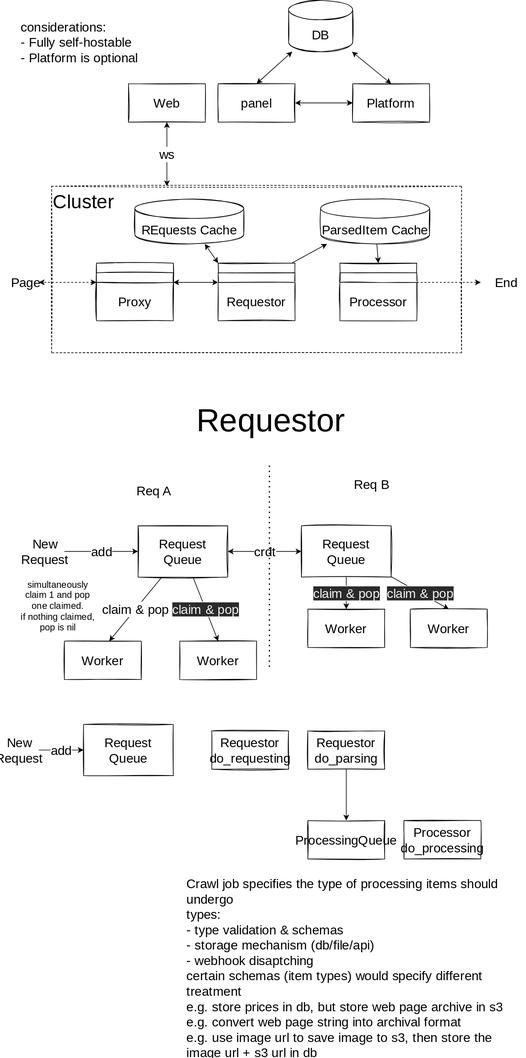
Above: docs/architecture.drawio.svg in elixir-crawly/crawly (draw.io), before the change. Source tidied: cells renumbered, new cells last; positions are measured from the earlier drawing's top-left corner, leaving out a move shared by most shapes.
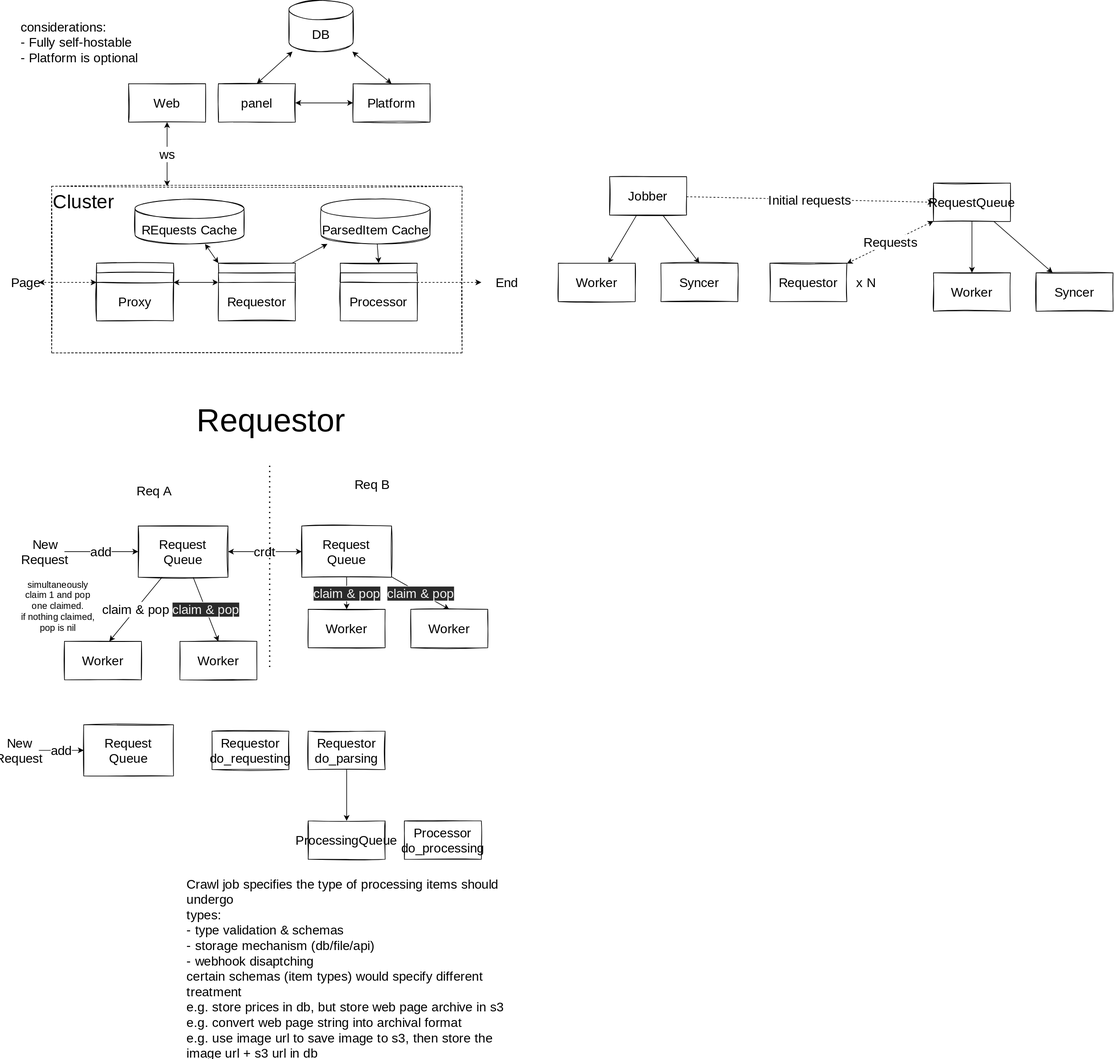
After the change.

Change to the diagram source:
```diff
@@ -181,5 +181,47 @@
     <mxCell id="57" value="&lt;div style=&quot;text-align: left&quot;&gt;&lt;span style=&quot;font-size: 20px&quot;&gt;Crawl job specifies the type of processing items should undergo&lt;/span&gt;&lt;/div&gt;&lt;span style=&quot;font-size: 20px&quot;&gt;&lt;div style=&quot;text-align: left&quot;&gt;&lt;span&gt;types:&lt;/span&gt;&lt;/div&gt;&lt;div style=&quot;text-align: left&quot;&gt;&lt;span&gt;- type validation &amp;amp; schemas&lt;/span&gt;&lt;/div&gt;&lt;div style=&quot;text-align: left&quot;&gt;&lt;span&gt;- storage mechanism (db/file/api)&lt;/span&gt;&lt;/div&gt;&lt;div style=&quot;text-align: left&quot;&gt;&lt;span&gt;- webhook disaptching&lt;/span&gt;&lt;/div&gt;&lt;div style=&quot;text-align: left&quot;&gt;&lt;span&gt;certain schemas (item types) would specify different treatment&lt;/span&gt;&lt;/div&gt;&lt;div style=&quot;text-align: left&quot;&gt;&lt;span&gt;e.g. store prices in db, but store web page archive in s3&lt;/span&gt;&lt;/div&gt;&lt;div style=&quot;text-align: left&quot;&gt;&lt;span&gt;e.g. convert web page string into archival format&lt;/span&gt;&lt;/div&gt;&lt;div style=&quot;text-align: left&quot;&gt;&lt;span&gt;e.g. use image url to save image to s3, then store the image url + s3 url in db&lt;/span&gt;&lt;/div&gt;&lt;/span&gt;" style="text;html=1;strokeColor=none;fillColor=none;align=center;verticalAlign=middle;whiteSpace=wrap;rounded=0;sketch=1;fontFamily=Nanum Pen Script;fontSource=https%3A%2F%2Ffonts.googleapis.com%2Fcss%3Ffamily%3DNanum%2BPen%2BScript;fontSize=14;fontColor=default;" parent="1" vertex="1">
       <mxGeometry x="290" y="1370" width="530" height="280" as="geometry" />
     </mxCell>
+    <mxCell id="58" value="Requestor" style="rounded=0;whiteSpace=wrap;html=1;sketch=1;fontFamily=Nanum Pen Script;fontSource=https%3A%2F%2Ffonts.googleapis.com%2Fcss%3Ffamily%3DNanum%2BPen%2BScript;fontSize=20;" parent="1" vertex="1">
+      <mxGeometry x="1200" y="410" width="120" height="60" as="geometry" />
+    </mxCell>
+    <mxCell id="59" value="Initial requests" style="edgeStyle=none;html=1;entryX=0;entryY=0.5;entryDx=0;entryDy=0;dashed=1;fontSize=20;fontFamily=Nanum Pen Script;fontSource=https%3A%2F%2Ffonts.googleapis.com%2Fcss%3Ffamily%3DNanum%2BPen%2BScript;" parent="1" edge="1" source="62" target="66">
+      <mxGeometry relative="1" as="geometry" />
+    </mxCell>
+    <mxCell id="60" style="edgeStyle=none;html=1;startArrow=none;startFill=0;" parent="1" edge="1" source="62" target="69">
+      <mxGeometry relative="1" as="geometry" />
+    </mxCell>
+    <mxCell id="61" style="edgeStyle=none;html=1;entryX=0.5;entryY=0;entryDx=0;entryDy=0;startArrow=none;startFill=0;" parent="1" edge="1" source="62" target="70">
+      <mxGeometry relative="1" as="geometry" />
+    </mxCell>
+    <mxCell id="62" value="Jobber" style="rounded=0;whiteSpace=wrap;html=1;sketch=1;fontFamily=Nanum Pen Script;fontSource=https%3A%2F%2Ffonts.googleapis.com%2Fcss%3Ffamily%3DNanum%2BPen%2BScript;fontSize=20;" parent="1" vertex="1">
+      <mxGeometry x="950" y="275" width="120" height="60" as="geometry" />
+    </mxCell>
+    <mxCell id="63" value="Requests" style="edgeStyle=none;html=1;dashed=1;startArrow=classic;startFill=1;fontFamily=Nanum Pen Script;fontSource=https%3A%2F%2Ffonts.googleapis.com%2Fcss%3Ffamily%3DNanum%2BPen%2BScript;fontSize=20;" parent="1" edge="1" source="66" target="58">
+      <mxGeometry relative="1" as="geometry" />
+    </mxCell>
+    <mxCell id="64" style="edgeStyle=none;html=1;" parent="1" edge="1" source="66" target="67">
+      <mxGeometry relative="1" as="geometry" />
+    </mxCell>
+    <mxCell id="65" style="edgeStyle=none;html=1;" parent="1" edge="1" source="66" target="68">
+      <mxGeometry relative="1" as="geometry" />
+    </mxCell>
+    <mxCell id="66" value="RequestQueue" style="rounded=0;whiteSpace=wrap;html=1;sketch=1;fontFamily=Nanum Pen Script;fontSource=https%3A%2F%2Ffonts.googleapis.com%2Fcss%3Ffamily%3DNanum%2BPen%2BScript;fontSize=20;" parent="1" vertex="1">
+      <mxGeometry x="1455" y="285" width="120" height="60" as="geometry" />
+    </mxCell>
+    <mxCell id="67" value="Worker" style="whiteSpace=wrap;html=1;fontSize=20;fontFamily=Nanum Pen Script;rounded=0;sketch=1;fontSource=https%3A%2F%2Ffonts.googleapis.com%2Fcss%3Ffamily%3DNanum%2BPen%2BScript;" parent="1" vertex="1">
+      <mxGeometry x="1455" y="425" width="120" height="60" as="geometry" />
+    </mxCell>
+    <mxCell id="68" value="Syncer" style="whiteSpace=wrap;html=1;fontSize=20;fontFamily=Nanum Pen Script;rounded=0;sketch=1;fontSource=https%3A%2F%2Ffonts.googleapis.com%2Fcss%3Ffamily%3DNanum%2BPen%2BScript;" parent="1" vertex="1">
+      <mxGeometry x="1615" y="425" width="120" height="60" as="geometry" />
+    </mxCell>
+    <mxCell id="69" value="Worker" style="whiteSpace=wrap;html=1;fontSize=20;fontFamily=Nanum Pen Script;rounded=0;sketch=1;fontSource=https%3A%2F%2Ffonts.googleapis.com%2Fcss%3Ffamily%3DNanum%2BPen%2BScript;" parent="1" vertex="1">
+      <mxGeometry x="870" y="410" width="120" height="60" as="geometry" />
+    </mxCell>
+    <mxCell id="70" value="Syncer" style="whiteSpace=wrap;html=1;fontSize=20;fontFamily=Nanum Pen Script;rounded=0;sketch=1;fontSource=https%3A%2F%2Ffonts.googleapis.com%2Fcss%3Ffamily%3DNanum%2BPen%2BScript;" parent="1" vertex="1">
+      <mxGeometry x="1030" y="410" width="120" height="60" as="geometry" />
+    </mxCell>
+    <mxCell id="71" value="&lt;font style=&quot;font-size: 20px&quot;&gt;x N&lt;/font&gt;" style="text;html=1;strokeColor=none;fillColor=none;align=center;verticalAlign=middle;whiteSpace=wrap;rounded=0;fontFamily=Nanum Pen Script;fontSource=https%3A%2F%2Ffonts.googleapis.com%2Fcss%3Ffamily%3DNanum%2BPen%2BScript;" parent="1" vertex="1">
+      <mxGeometry x="1320" y="425" width="60" height="30" as="geometry" />
+    </mxCell>
   </root>
 </mxGraphModel>
```
